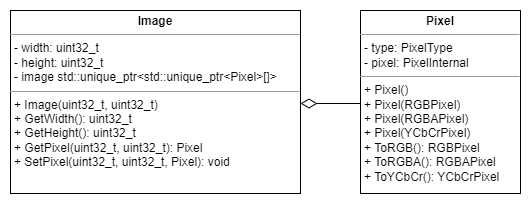
Earlier version of the draw.io export Common/media/Image.png (jozef17/Image-Processing). Source tidied: cells renumbered, new cells last; positions are measured from the earlier drawing's top-left corner, leaving out a move shared by most shapes.
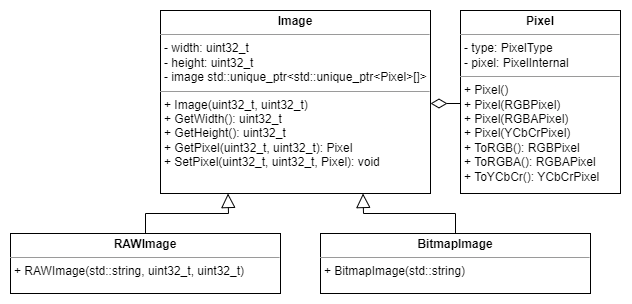
The same diagram one commit later.

Change to the diagram source:
```diff
@@ -3,16 +3,38 @@
     <mxCell id="0" />
     <mxCell id="1" parent="0" />
     <mxCell id="2" value="&lt;p style=&quot;margin:0px;margin-top:4px;text-align:center;&quot;&gt;&lt;b&gt;Image&lt;/b&gt;&lt;/p&gt;&lt;hr size=&quot;1&quot;&gt;&lt;p style=&quot;margin:0px;margin-left:4px;&quot;&gt;- width: uint32_t&lt;br&gt;- height: uint32_t&lt;/p&gt;&lt;p style=&quot;margin:0px;margin-left:4px;&quot;&gt;- image&amp;nbsp;std::unique_ptr&amp;lt;std::unique_ptr&amp;lt;Pixel&amp;gt;[]&amp;gt;&lt;/p&gt;&lt;hr size=&quot;1&quot;&gt;&lt;p style=&quot;margin:0px;margin-left:4px;&quot;&gt;+ Image(uint32_t, uint32_t)&lt;/p&gt;&lt;p style=&quot;margin:0px;margin-left:4px;&quot;&gt;+ GetWidth(): uint32_t&lt;/p&gt;&lt;p style=&quot;margin:0px;margin-left:4px;&quot;&gt;+ GetHeight(): uint32_t&lt;/p&gt;&lt;p style=&quot;margin:0px;margin-left:4px;&quot;&gt;+ GetPixel(uint32_t, uint32_t): Pixel&lt;br&gt;+ SetPixel(uint32_t, uint32_t, Pixel): void&lt;/p&gt;" style="verticalAlign=top;align=left;overflow=fill;fontSize=12;fontFamily=Helvetica;html=1;rounded=0;shadow=0;comic=0;labelBackgroundColor=none;strokeWidth=1;" parent="1" vertex="1">
-      <mxGeometry width="290" height="183" as="geometry" />
+      <mxGeometry x="20" width="270" height="183" as="geometry" />
     </mxCell>
     <mxCell id="3" value="&lt;p style=&quot;margin:0px;margin-top:4px;text-align:center;&quot;&gt;&lt;b&gt;Pixel&lt;/b&gt;&lt;/p&gt;&lt;hr size=&quot;1&quot;&gt;&lt;p style=&quot;margin:0px;margin-left:4px;&quot;&gt;- type: PixelType&lt;br&gt;- pixel: PixelInternal&lt;/p&gt;&lt;hr size=&quot;1&quot;&gt;&lt;p style=&quot;margin:0px;margin-left:4px;&quot;&gt;&lt;span style=&quot;background-color: initial;&quot;&gt;+ Pixel()&lt;/span&gt;&lt;/p&gt;&lt;p style=&quot;margin:0px;margin-left:4px;&quot;&gt;&lt;span style=&quot;background-color: initial;&quot;&gt;+ Pixel(RGBPixel)&lt;/span&gt;&lt;/p&gt;&lt;p style=&quot;margin:0px;margin-left:4px;&quot;&gt;&lt;span style=&quot;background-color: initial;&quot;&gt;+ Pixel(RGBAPixel)&lt;/span&gt;&lt;/p&gt;&lt;p style=&quot;margin:0px;margin-left:4px;&quot;&gt;&lt;span style=&quot;background-color: initial;&quot;&gt;+ Pixel(YCbCrPixel)&lt;/span&gt;&lt;/p&gt;&lt;p style=&quot;margin:0px;margin-left:4px;&quot;&gt;&lt;span style=&quot;background-color: initial;&quot;&gt;+ ToRGB(): RGBPixel&lt;/span&gt;&lt;br&gt;&lt;/p&gt;&lt;p style=&quot;margin:0px;margin-left:4px;&quot;&gt;+ ToRGBA(): RGBAPixel&lt;/p&gt;&lt;p style=&quot;margin:0px;margin-left:4px;&quot;&gt;+&amp;nbsp;ToYCbCr():&amp;nbsp;YCbCrPixel&lt;/p&gt;" style="verticalAlign=top;align=left;overflow=fill;fontSize=12;fontFamily=Helvetica;html=1;rounded=0;shadow=0;comic=0;labelBackgroundColor=none;strokeWidth=1;" parent="1" vertex="1">
-      <mxGeometry x="350" width="160" height="183" as="geometry" />
+      <mxGeometry x="320" width="160" height="183" as="geometry" />
     </mxCell>
     <mxCell id="4" style="endArrow=none;html=1;endSize=12;startArrow=diamondThin;startSize=14;startFill=0;edgeStyle=orthogonalEdgeStyle;align=left;verticalAlign=bottom;rounded=0;endFill=0;" parent="1" edge="1">
       <mxGeometry x="-1" y="3" relative="1" as="geometry">
         <mxPoint x="290" y="93" as="sourcePoint" />
-        <mxPoint x="350" y="93" as="targetPoint" />
+        <mxPoint x="320" y="93" as="targetPoint" />
       </mxGeometry>
     </mxCell>
+    <mxCell id="5" value="&lt;p style=&quot;margin:0px;margin-top:4px;text-align:center;&quot;&gt;&lt;b&gt;RAWImage&lt;/b&gt;&lt;/p&gt;&lt;hr size=&quot;1&quot;&gt;&lt;p style=&quot;margin:0px;margin-left:4px;&quot;&gt;&lt;/p&gt;&lt;p style=&quot;margin:0px;margin-left:4px;&quot;&gt;+ RAWImage(std::string, uint32_t, uint32_t)&lt;/p&gt;" style="verticalAlign=top;align=left;overflow=fill;fontSize=12;fontFamily=Helvetica;html=1;rounded=0;shadow=0;comic=0;labelBackgroundColor=none;strokeWidth=1;" parent="1" vertex="1">
+      <mxGeometry x="-130" y="223" width="270" height="60" as="geometry" />
+    </mxCell>
+    <mxCell id="6" value="&lt;p style=&quot;margin:0px;margin-top:4px;text-align:center;&quot;&gt;&lt;b&gt;BitmapImage&lt;/b&gt;&lt;/p&gt;&lt;hr size=&quot;1&quot;&gt;&lt;p style=&quot;margin:0px;margin-left:4px;&quot;&gt;&lt;/p&gt;&lt;p style=&quot;margin:0px;margin-left:4px;&quot;&gt;+ BitmapImage(std::string)&lt;/p&gt;&lt;p style=&quot;margin:0px;margin-left:4px;&quot;&gt;&lt;br&gt;&lt;/p&gt;" style="verticalAlign=top;align=left;overflow=fill;fontSize=12;fontFamily=Helvetica;html=1;rounded=0;shadow=0;comic=0;labelBackgroundColor=none;strokeWidth=1;" parent="1" vertex="1">
+      <mxGeometry x="180" y="223" width="270" height="60" as="geometry" />
+    </mxCell>
+    <mxCell id="7" style="endArrow=block;endFill=0;endSize=12;html=1;rounded=0;entryX=0.25;entryY=1;entryDx=0;entryDy=0;exitX=0.5;exitY=0;exitDx=0;exitDy=0;" parent="1" edge="1" source="5" target="2">
+      <mxGeometry relative="1" as="geometry">
+        <Array as="points">
+          <mxPoint x="5" y="203" />
+          <mxPoint x="88" y="203" />
+        </Array>
+      </mxGeometry>
+    </mxCell>
+    <mxCell id="8" style="endArrow=block;endFill=0;endSize=12;html=1;rounded=0;entryX=0.75;entryY=1;entryDx=0;entryDy=0;exitX=0.5;exitY=0;exitDx=0;exitDy=0;" parent="1" edge="1" source="6" target="2">
+      <mxGeometry relative="1" as="geometry">
+        <Array as="points">
+          <mxPoint x="315" y="203" />
+          <mxPoint x="223" y="203" />
+        </Array>
+      </mxGeometry>
+    </mxCell>
   </root>
 </mxGraphModel>
```
